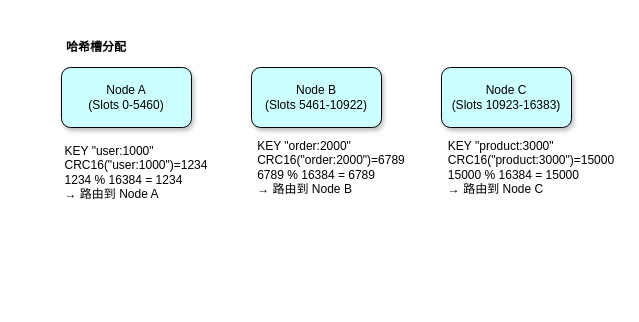
Earlier version of the draw.io diagram pocess_diagram/Redis集群模式.drawio (abigalexy/online_drawing). Source tidied: cells renumbered, new cells numbered last; positions are measured from the earlier drawing's top-left corner, leaving out a move shared by most shapes. Both pictures are drawn from the tidied source at 100%, with x=0, y=0 at pixel (61, 37).
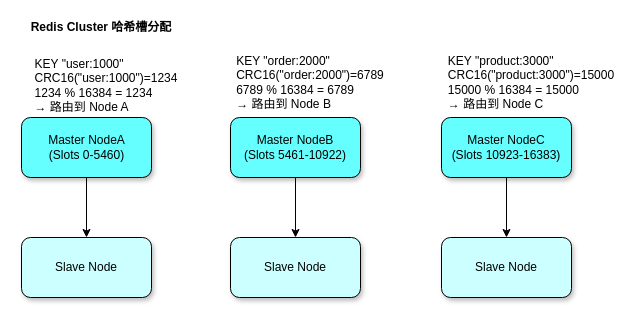
The same page after the edit.

Commit message:
更新Redis集群模式.drawio

The edit, as a diff of the source:
```diff
@@
-    <mxCell id="2" value="&lt;b&gt;哈希槽分配&lt;/b&gt;" style="text;strokeColor=none;align=center;fillColor=none;html=1;verticalAlign=middle;whiteSpace=wrap;rounded=0;" parent="1" vertex="1">
-      <mxGeometry width="70" height="20" as="geometry" />
+    <mxCell id="2" value="&lt;b&gt;Redis Cluster 哈希槽分配&lt;/b&gt;" style="text;strokeColor=none;align=center;fillColor=none;html=1;verticalAlign=middle;whiteSpace=wrap;rounded=0;" parent="1" vertex="1">
+      <mxGeometry x="-35" y="-20" width="150" height="20" as="geometry" />
     </mxCell>
     <mxCell id="3" value="&lt;div style=&quot;text-align: left;&quot;&gt;&lt;span style=&quot;background-color: transparent;&quot;&gt;KEY &quot;user:1000&quot;&lt;/span&gt;&lt;/div&gt;&lt;div style=&quot;text-align: left;&quot;&gt;&lt;span style=&quot;background-color: transparent;&quot;&gt;CRC16(&quot;user:1000&quot;)=1234&lt;/span&gt;&lt;/div&gt;&lt;div style=&quot;text-align: left;&quot;&gt;&lt;span style=&quot;background-color: transparent;&quot;&gt;1234 % 16384 = 1234&lt;/span&gt;&lt;/div&gt;&lt;div style=&quot;text-align: left;&quot;&gt;&lt;span style=&quot;background-color: transparent;&quot;&gt;→ 路由到 Node A&lt;/span&gt;&lt;/div&gt;" style="text;strokeColor=none;align=center;fillColor=none;html=1;verticalAlign=middle;whiteSpace=wrap;rounded=0;" parent="1" vertex="1">
-      <mxGeometry y="100" width="150" height="70" as="geometry" />
+      <mxGeometry x="-35" y="20" width="160" height="55" as="geometry" />
     </mxCell>
     <mxCell id="4" value="&lt;div style=&quot;text-align: left;&quot;&gt;&lt;span style=&quot;background-color: transparent;&quot;&gt;KEY &quot;order:2000&quot;&lt;/span&gt;&lt;/div&gt;&lt;div&gt;&lt;div style=&quot;text-align: left;&quot;&gt;&lt;span style=&quot;background-color: transparent;&quot;&gt;CRC16(&quot;order:2000&quot;)=6789&lt;/span&gt;&lt;/div&gt;&lt;div style=&quot;text-align: left;&quot;&gt;&lt;span style=&quot;background-color: transparent;&quot;&gt;6789 % 16384 = 6789&lt;/span&gt;&lt;/div&gt;&lt;div style=&quot;text-align: left;&quot;&gt;&lt;span style=&quot;background-color: transparent;&quot;&gt;→ 路由到 Node B&lt;/span&gt;&lt;/div&gt;&lt;/div&gt;" style="text;strokeColor=none;align=center;fillColor=none;html=1;verticalAlign=middle;whiteSpace=wrap;rounded=0;" parent="1" vertex="1">
-      <mxGeometry x="190" y="100" width="160" height="60" as="geometry" />
+      <mxGeometry x="169" y="15" width="160" height="60" as="geometry" />
     </mxCell>
     <mxCell id="5" value="&lt;div style=&quot;text-align: left;&quot;&gt;&lt;span style=&quot;background-color: transparent;&quot;&gt;KEY &quot;product:3000&quot;&lt;/span&gt;&lt;/div&gt;&lt;div&gt;&lt;div style=&quot;text-align: left;&quot;&gt;&lt;span style=&quot;background-color: transparent;&quot;&gt;CRC16(&quot;product:3000&quot;)=15000&lt;/span&gt;&lt;/div&gt;&lt;div style=&quot;text-align: left;&quot;&gt;&lt;span style=&quot;background-color: transparent;&quot;&gt;15000 % 16384 = 15000&lt;/span&gt;&lt;/div&gt;&lt;div style=&quot;text-align: left;&quot;&gt;&lt;span style=&quot;background-color: transparent;&quot;&gt;→ 路由到 Node C&lt;/span&gt;&lt;/div&gt;&lt;/div&gt;" style="text;strokeColor=none;align=center;fillColor=none;html=1;verticalAlign=middle;whiteSpace=wrap;rounded=0;" parent="1" vertex="1">
-      <mxGeometry x="380" y="100" width="180" height="60" as="geometry" />
+      <mxGeometry x="380" y="15" width="180" height="60" as="geometry" />
     </mxCell>
+    <mxCell id="12" style="group;" parent="1" vertex="1">
+      <mxGeometry x="-40" y="80" width="130" height="180" as="geometry" />
+    </mxCell>
+    <mxCell id="13" style="edgeStyle=orthogonalEdgeStyle;rounded=0;jettySize=auto;html=1;exitX=0.5;exitY=1;exitDx=0;exitDy=0;entryX=0.5;entryY=0;entryDx=0;entryDy=0;" parent="12" edge="1" source="6" target="14">
+      <mxGeometry relative="1" as="geometry" />
+    </mxCell>
-    <mxCell id="6" style="rounded=1;whiteSpace=wrap;html=1;fillColor=#CCFFFF;shadow=1;" parent="1" vertex="1">
-      <mxGeometry y="30" width="130" height="60" as="geometry" />
+    <mxCell id="6" style="rounded=1;whiteSpace=wrap;html=1;fillColor=#66FFFF;shadow=1;" parent="12" vertex="1">
+      <mxGeometry width="130" height="60" as="geometry" />
     </mxCell>
-    <mxCell id="7" value="Node A&lt;div&gt;(Slots 0-5460)&lt;br&gt;&lt;/div&gt;" style="text;strokeColor=none;align=center;fillColor=none;html=1;verticalAlign=middle;whiteSpace=wrap;rounded=0;" parent="1" vertex="1">
-      <mxGeometry x="25" y="45" width="80" height="30" as="geometry" />
+    <mxCell id="7" value="Master NodeA&lt;div&gt;(Slots 0-5460)&lt;br&gt;&lt;/div&gt;" style="text;strokeColor=none;align=center;fillColor=none;html=1;verticalAlign=middle;whiteSpace=wrap;rounded=0;" parent="12" vertex="1">
+      <mxGeometry x="22.5" y="15" width="85" height="30" as="geometry" />
     </mxCell>
+    <mxCell id="14" value="Slave Node" style="rounded=1;whiteSpace=wrap;html=1;fillColor=#CCFFFF;shadow=1;" parent="12" vertex="1">
+      <mxGeometry y="120" width="130" height="60" as="geometry" />
+    </mxCell>
+    <mxCell id="15" style="group;" parent="1" vertex="1">
+      <mxGeometry x="169" y="80" width="130" height="180" as="geometry" />
+    </mxCell>
+    <mxCell id="16" style="edgeStyle=orthogonalEdgeStyle;rounded=0;jettySize=auto;html=1;exitX=0.5;exitY=1;exitDx=0;exitDy=0;entryX=0.5;entryY=0;entryDx=0;entryDy=0;" parent="15" edge="1" source="8" target="17">
+      <mxGeometry relative="1" as="geometry" />
+    </mxCell>
-    <mxCell id="8" style="rounded=1;whiteSpace=wrap;html=1;fillColor=#CCFFFF;shadow=1;" parent="1" vertex="1">
-      <mxGeometry x="190" y="30" width="130" height="60" as="geometry" />
+    <mxCell id="8" style="rounded=1;whiteSpace=wrap;html=1;fillColor=#66FFFF;shadow=1;" parent="15" vertex="1">
+      <mxGeometry width="130" height="60" as="geometry" />
     </mxCell>
-    <mxCell id="9" value="Node B&lt;div&gt;(Slots 5461-10922)&lt;br&gt;&lt;/div&gt;" style="text;strokeColor=none;align=center;fillColor=none;html=1;verticalAlign=middle;whiteSpace=wrap;rounded=0;" parent="1" vertex="1">
-      <mxGeometry x="200" y="40" width="110" height="40" as="geometry" />
+    <mxCell id="9" value="Master NodeB&lt;div&gt;(Slots 5461-10922)&lt;br&gt;&lt;/div&gt;" style="text;strokeColor=none;align=center;fillColor=none;html=1;verticalAlign=middle;whiteSpace=wrap;rounded=0;" parent="15" vertex="1">
+      <mxGeometry x="10" y="10" width="110" height="40" as="geometry" />
     </mxCell>
+    <mxCell id="17" value="Slave Node" style="rounded=1;whiteSpace=wrap;html=1;fillColor=#CCFFFF;shadow=1;" parent="15" vertex="1">
+      <mxGeometry y="120" width="130" height="60" as="geometry" />
+    </mxCell>
+    <mxCell id="18" style="group;" parent="1" vertex="1">
+      <mxGeometry x="380" y="80" width="130" height="180" as="geometry" />
+    </mxCell>
+    <mxCell id="19" style="edgeStyle=orthogonalEdgeStyle;rounded=0;jettySize=auto;html=1;exitX=0.5;exitY=1;exitDx=0;exitDy=0;entryX=0.5;entryY=0;entryDx=0;entryDy=0;" parent="18" edge="1" source="10" target="20">
+      <mxGeometry relative="1" as="geometry" />
+    </mxCell>
-    <mxCell id="10" style="rounded=1;whiteSpace=wrap;html=1;fillColor=#CCFFFF;shadow=1;" parent="1" vertex="1">
-      <mxGeometry x="380" y="30" width="130" height="60" as="geometry" />
+    <mxCell id="10" style="rounded=1;whiteSpace=wrap;html=1;fillColor=#66FFFF;shadow=1;" parent="18" vertex="1">
+      <mxGeometry width="130" height="60" as="geometry" />
     </mxCell>
-    <mxCell id="11" value="Node C&lt;div&gt;(Slots 10923-16383)&lt;br&gt;&lt;/div&gt;" style="text;strokeColor=none;align=center;fillColor=none;html=1;verticalAlign=middle;whiteSpace=wrap;rounded=0;" parent="1" vertex="1">
-      <mxGeometry x="385" y="45" width="120" height="30" as="geometry" />
+    <mxCell id="11" value="Master NodeC&lt;div&gt;(Slots 10923-16383)&lt;br&gt;&lt;/div&gt;" style="text;strokeColor=none;align=center;fillColor=none;html=1;verticalAlign=middle;whiteSpace=wrap;rounded=0;" parent="18" vertex="1">
+      <mxGeometry x="5" y="15" width="120" height="30" as="geometry" />
     </mxCell>
+    <mxCell id="20" value="Slave Node" style="rounded=1;whiteSpace=wrap;html=1;fillColor=#CCFFFF;shadow=1;" parent="18" vertex="1">
+      <mxGeometry y="120" width="130" height="60" as="geometry" />
+    </mxCell>
```
